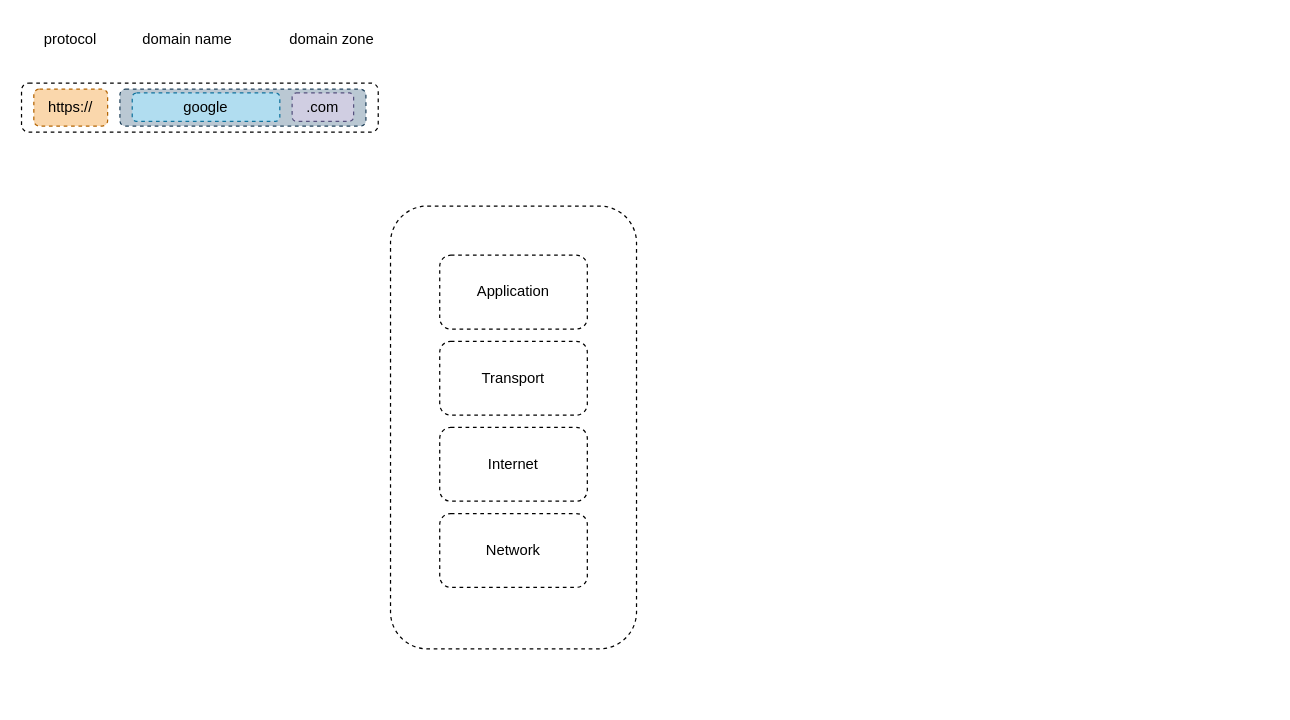
The draw.io diagram Диаграмма без названия.drawio in Apelsinovich/gogo-request, before the edit. Source tidied: cells renumbered, new cells numbered last; positions are measured from the earlier drawing's top-left corner, leaving out a move shared by most shapes. Both pictures are drawn from the tidied source at 123%, with x=0, y=0 at pixel (21, 21).
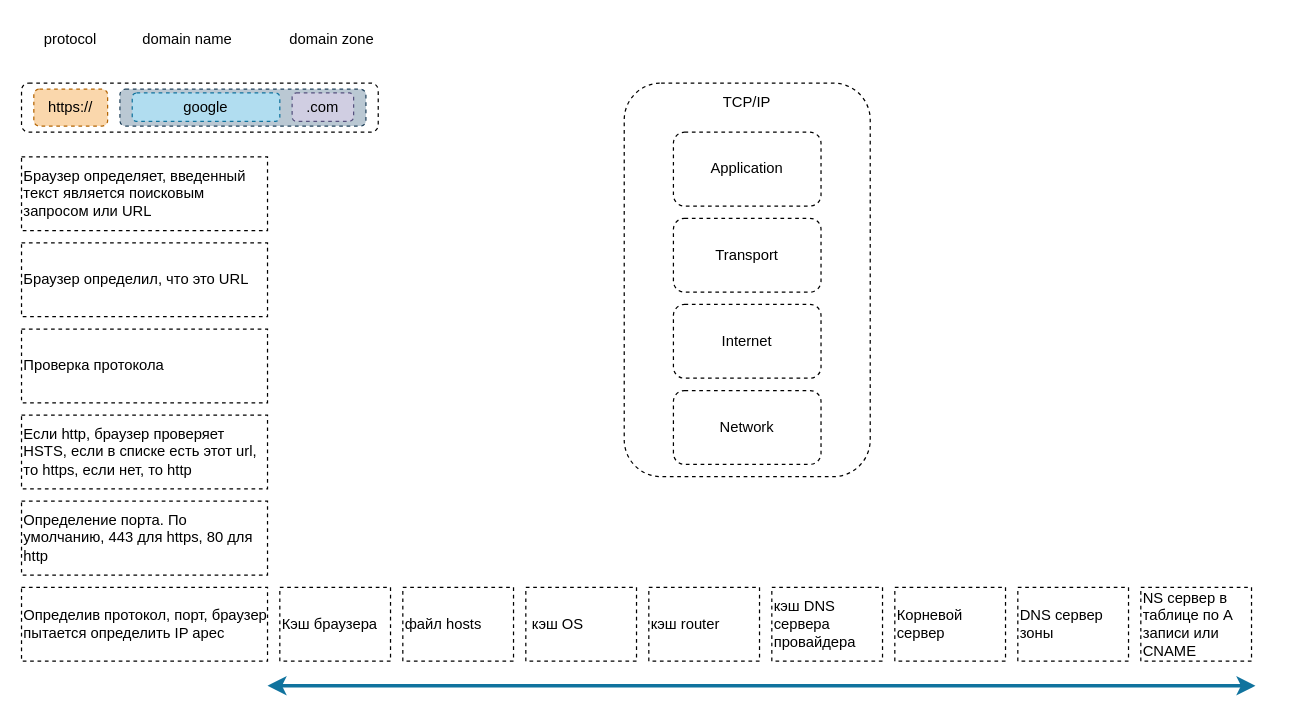
Above is the later version.

The edit, as a diff of the source:
```diff
@@
     <mxCell id="2" style="rounded=1;whiteSpace=wrap;html=1;fillColor=none;dashed=1;" parent="1" vertex="1">
-      <mxGeometry x="300" y="150" width="200" height="360" as="geometry" />
+      <mxGeometry x="490" y="50" width="200" height="320" as="geometry" />
     </mxCell>
     <mxCell id="3" value="Application" style="rounded=1;whiteSpace=wrap;html=1;dashed=1;" parent="1" vertex="1">
-      <mxGeometry x="340" y="190" width="120" height="60" as="geometry" />
+      <mxGeometry x="530" y="90" width="120" height="60" as="geometry" />
     </mxCell>
     <mxCell id="4" value="Transport" style="rounded=1;whiteSpace=wrap;html=1;dashed=1;" parent="1" vertex="1">
-      <mxGeometry x="340" y="260" width="120" height="60" as="geometry" />
+      <mxGeometry x="530" y="160" width="120" height="60" as="geometry" />
     </mxCell>
     <mxCell id="5" value="Internet" style="rounded=1;whiteSpace=wrap;html=1;dashed=1;" parent="1" vertex="1">
-      <mxGeometry x="340" y="330" width="120" height="60" as="geometry" />
+      <mxGeometry x="530" y="230" width="120" height="60" as="geometry" />
     </mxCell>
     <mxCell id="6" value="Network" style="rounded=1;whiteSpace=wrap;html=1;dashed=1;" parent="1" vertex="1">
-      <mxGeometry x="340" y="400" width="120" height="60" as="geometry" />
+      <mxGeometry x="530" y="300" width="120" height="60" as="geometry" />
     </mxCell>
@@
+    <mxCell id="15" value="&lt;div style=&quot;&quot;&gt;&lt;span style=&quot;background-color: initial;&quot;&gt;Браузер определяет, введенный текст является поисковым запросом или URL&lt;/span&gt;&lt;/div&gt;" style="rounded=0;whiteSpace=wrap;html=1;dashed=1;align=left;" parent="1" vertex="1">
+      <mxGeometry y="110" width="200" height="60" as="geometry" />
+    </mxCell>
+    <mxCell id="16" value="&lt;span style=&quot;background-color: initial;&quot;&gt;Браузер определил, что это URL&lt;/span&gt;" style="rounded=0;whiteSpace=wrap;html=1;dashed=1;align=left;" parent="1" vertex="1">
+      <mxGeometry y="180" width="200" height="60" as="geometry" />
+    </mxCell>
+    <mxCell id="17" value="Проверка протокола" style="rounded=0;whiteSpace=wrap;html=1;dashed=1;align=left;" parent="1" vertex="1">
+      <mxGeometry y="250" width="200" height="60" as="geometry" />
+    </mxCell>
+    <mxCell id="18" value="Если http, браузер проверяет HSTS, если в списке есть этот url, то https, если нет, то http" style="rounded=0;whiteSpace=wrap;html=1;dashed=1;align=left;" parent="1" vertex="1">
+      <mxGeometry y="320" width="200" height="60" as="geometry" />
+    </mxCell>
+    <mxCell id="19" value="Определение порта. По умолчанию, 443 для https, 80 для http" style="rounded=0;whiteSpace=wrap;html=1;dashed=1;align=left;" parent="1" vertex="1">
+      <mxGeometry y="390" width="200" height="60" as="geometry" />
+    </mxCell>
+    <mxCell id="20" value="Определив протокол, порт, браузер пытается определить IP арес" style="rounded=0;whiteSpace=wrap;html=1;dashed=1;align=left;" parent="1" vertex="1">
+      <mxGeometry y="460" width="200" height="60" as="geometry" />
+    </mxCell>
+    <mxCell id="21" value="Кэш браузера" style="rounded=0;whiteSpace=wrap;html=1;dashed=1;align=left;" parent="1" vertex="1">
+      <mxGeometry x="210" y="460" width="90" height="60" as="geometry" />
+    </mxCell>
+    <mxCell id="22" value="файл hosts" style="rounded=0;whiteSpace=wrap;html=1;dashed=1;align=left;" parent="1" vertex="1">
+      <mxGeometry x="310" y="460" width="90" height="60" as="geometry" />
+    </mxCell>
+    <mxCell id="23" value="&amp;nbsp;кэш OS" style="rounded=0;whiteSpace=wrap;html=1;dashed=1;align=left;" parent="1" vertex="1">
+      <mxGeometry x="410" y="460" width="90" height="60" as="geometry" />
+    </mxCell>
+    <mxCell id="24" value="кэш router" style="rounded=0;whiteSpace=wrap;html=1;dashed=1;align=left;" parent="1" vertex="1">
+      <mxGeometry x="510" y="460" width="90" height="60" as="geometry" />
+    </mxCell>
+    <mxCell id="25" value="кэш DNS сервера провайдера" style="rounded=0;whiteSpace=wrap;html=1;dashed=1;align=left;" parent="1" vertex="1">
+      <mxGeometry x="610" y="460" width="90" height="60" as="geometry" />
+    </mxCell>
+    <mxCell id="26" value="Корневой сервер" style="rounded=0;whiteSpace=wrap;html=1;dashed=1;align=left;" parent="1" vertex="1">
+      <mxGeometry x="710" y="460" width="90" height="60" as="geometry" />
+    </mxCell>
+    <mxCell id="27" value="DNS сервер зоны" style="rounded=0;whiteSpace=wrap;html=1;dashed=1;align=left;" parent="1" vertex="1">
+      <mxGeometry x="810" y="460" width="90" height="60" as="geometry" />
+    </mxCell>
+    <mxCell id="28" value="NS сервер в таблице по А записи или CNAME" style="rounded=0;whiteSpace=wrap;html=1;dashed=1;align=left;" parent="1" vertex="1">
+      <mxGeometry x="910" y="460" width="90" height="60" as="geometry" />
+    </mxCell>
+    <mxCell id="29" value="TCP/IP" style="text;html=1;strokeColor=none;fillColor=none;align=center;verticalAlign=middle;whiteSpace=wrap;rounded=0;dashed=1;" parent="1" vertex="1">
+      <mxGeometry x="560" y="51.1" width="60" height="30" as="geometry" />
+    </mxCell>
+    <mxCell id="30" style="endArrow=classic;html=1;rounded=0;startArrow=classic;startFill=1;fillColor=#b1ddf0;strokeColor=#10739e;strokeWidth=3;" parent="1" edge="1">
+      <mxGeometry relative="1" as="geometry">
+        <mxPoint x="200" y="540" as="sourcePoint" />
+        <mxPoint x="1003.2" y="540" as="targetPoint" />
+      </mxGeometry>
+    </mxCell>
```
